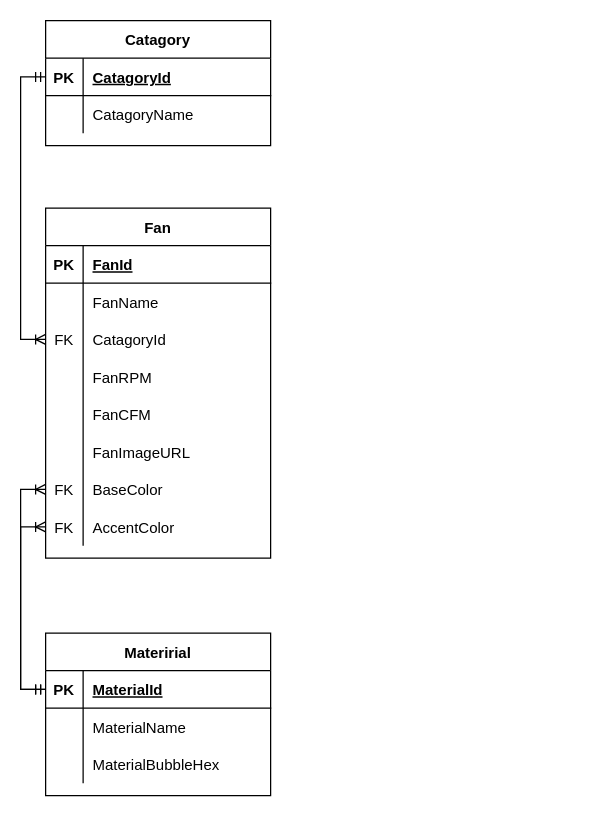
Above: Database/ERD.drawio in WesselBBD/Grad-WebLevelUp (draw.io), before the change. Source tidied: cells renumbered, new cells numbered last; positions are measured from the earlier drawing's top-left corner, leaving out a move shared by most shapes. Both pictures are drawn from the tidied source at 125%, with x=0, y=0 at pixel (45, 20).
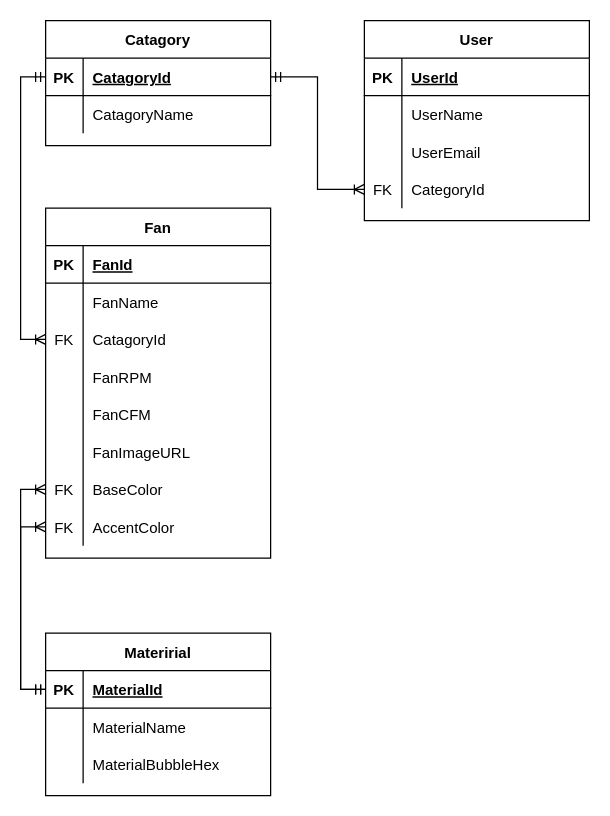
The same diagram, later.

The change refers to these unchanged cells:
```xml
<mxCell id="28" style="shape=tableRow;horizontal=0;startSize=0;swimlaneHead=0;swimlaneBody=0;fillColor=none;points=[[0,0.5],[1,0.5]];portConstraint=eastwest;top=0;left=0;right=0;bottom=1;" parent="27" vertex="1">
  <mxGeometry y="30" width="180" height="30" as="geometry" />
</mxCell>
```

The edit, as a diff of the source:
```diff
@@
+    <mxCell id="47" value="User" style="shape=table;startSize=30;childLayout=tableLayout;rowLines=0;fontStyle=1;align=center;" parent="1" vertex="1">
+      <mxGeometry x="255" width="180" height="160" as="geometry" />
+    </mxCell>
+    <mxCell id="48" style="shape=tableRow;horizontal=0;startSize=0;swimlaneHead=0;swimlaneBody=0;fillColor=none;top=0;left=0;right=0;bottom=1;" parent="47" vertex="1">
+      <mxGeometry y="30" width="180" height="30" as="geometry" />
+    </mxCell>
+    <mxCell id="49" value="PK" style="shape=partialRectangle;fillColor=none;top=0;left=0;bottom=0;right=0;fontStyle=1;overflow=hidden;" parent="48" vertex="1">
+      <mxGeometry width="30" height="30" as="geometry" />
+    </mxCell>
+    <mxCell id="50" value="UserId" style="shape=partialRectangle;fillColor=none;top=0;left=0;bottom=0;right=0;align=left;spacingLeft=6;fontStyle=5;overflow=hidden;" parent="48" vertex="1">
+      <mxGeometry x="30" width="150" height="30" as="geometry" />
+    </mxCell>
+    <mxCell id="51" style="shape=tableRow;horizontal=0;startSize=0;swimlaneHead=0;swimlaneBody=0;fillColor=none;top=0;left=0;right=0;bottom=0;" parent="47" vertex="1">
+      <mxGeometry y="60" width="180" height="30" as="geometry" />
+    </mxCell>
+    <mxCell id="52" style="shape=partialRectangle;fillColor=none;top=0;left=0;bottom=0;right=0;overflow=hidden;" parent="51" vertex="1">
+      <mxGeometry width="30" height="30" as="geometry" />
+    </mxCell>
+    <mxCell id="53" value="UserName" style="shape=partialRectangle;fillColor=none;top=0;left=0;bottom=0;right=0;align=left;spacingLeft=6;overflow=hidden;" parent="51" vertex="1">
+      <mxGeometry x="30" width="150" height="30" as="geometry" />
+    </mxCell>
+    <mxCell id="54" style="shape=tableRow;horizontal=0;startSize=0;swimlaneHead=0;swimlaneBody=0;fillColor=none;top=0;left=0;right=0;bottom=0;" parent="47" vertex="1">
+      <mxGeometry y="90" width="180" height="30" as="geometry" />
+    </mxCell>
+    <mxCell id="55" style="shape=partialRectangle;fillColor=none;top=0;left=0;bottom=0;right=0;overflow=hidden;" parent="54" vertex="1">
+      <mxGeometry width="30" height="30" as="geometry" />
+    </mxCell>
+    <mxCell id="56" value="UserEmail" style="shape=partialRectangle;fillColor=none;top=0;left=0;bottom=0;right=0;align=left;spacingLeft=6;overflow=hidden;" parent="54" vertex="1">
+      <mxGeometry x="30" width="150" height="30" as="geometry" />
+    </mxCell>
+    <mxCell id="57" style="shape=tableRow;horizontal=0;startSize=0;swimlaneHead=0;swimlaneBody=0;fillColor=none;points=[[0,0.5],[1,0.5]];portConstraint=eastwest;top=0;left=0;right=0;bottom=0;" parent="47" vertex="1">
+      <mxGeometry y="120" width="180" height="30" as="geometry" />
+    </mxCell>
+    <mxCell id="58" value="FK" style="shape=partialRectangle;fillColor=none;top=0;left=0;bottom=0;right=0;overflow=hidden;" parent="57" vertex="1">
+      <mxGeometry width="30" height="30" as="geometry" />
+    </mxCell>
+    <mxCell id="59" value="CategoryId" style="shape=partialRectangle;fillColor=none;top=0;left=0;bottom=0;right=0;align=left;spacingLeft=6;overflow=hidden;" parent="57" vertex="1">
+      <mxGeometry x="30" width="150" height="30" as="geometry" />
+    </mxCell>
+    <mxCell id="60" style="edgeStyle=orthogonalEdgeStyle;rounded=0;jettySize=auto;html=1;exitX=1;exitY=0.5;exitDx=0;exitDy=0;entryX=0;entryY=0.5;entryDx=0;entryDy=0;endArrow=ERoneToMany;endFill=0;startArrow=ERmandOne;startFill=0;" parent="1" edge="1" source="28" target="57">
+      <mxGeometry relative="1" as="geometry" />
+    </mxCell>
```
